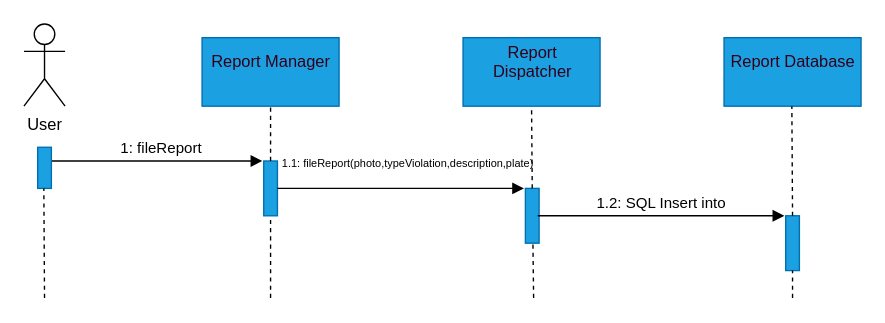
Earlier version of the draw.io diagram DD/Files/Models/RunTimeViewUserReport.drawio (Danielededo/CuzzucoliDeDominicis). Source tidied: cells renumbered, new cells numbered last; positions are measured from the earlier drawing's top-left corner, leaving out a move shared by most shapes. Both pictures are drawn from the tidied source at 137%, with x=0, y=0 at pixel (23, 23).
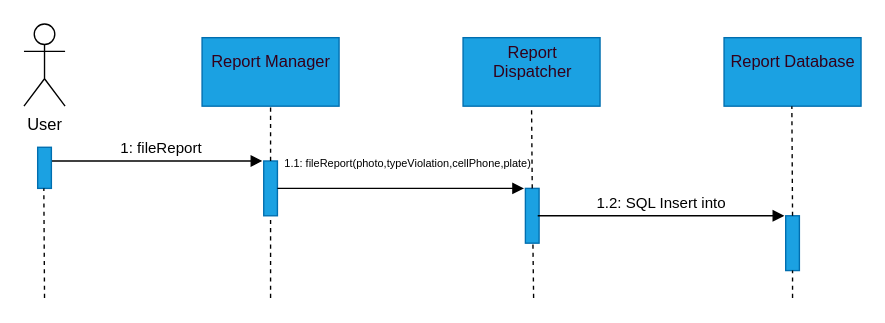
The same diagram, later.

Unchanged cells that the change refers to:
```xml
<mxCell id="4" style="html=1;points=[];perimeter=orthogonalPerimeter;fillColor=#1ba1e2;strokeColor=#006EAF;fontColor=#ffffff;" parent="1" vertex="1">
  <mxGeometry x="175" y="100" width="10" height="40" as="geometry" />
</mxCell>
```

The edit, as a diff of the source:
```diff
@@
-    <mxCell id="11" value="&lt;font style=&quot;font-size: 8px&quot;&gt;1.1: fileReport(photo,typeViolation,description,plate)&lt;/font&gt;" style="html=1;verticalAlign=bottom;endArrow=block;" parent="1" edge="1" source="4">
+    <mxCell id="11" value="&lt;font style=&quot;font-size: 8px&quot;&gt;1.1: fileReport(photo,typeViolation,cellPhone,plate)&lt;/font&gt;" style="html=1;verticalAlign=bottom;endArrow=block;" parent="1" edge="1" source="4">
       <mxGeometry x="0.06" y="10" relative="1" as="geometry">
         <mxPoint x="365" y="120" as="targetPoint" />
       </mxGeometry>
     </mxCell>
```
